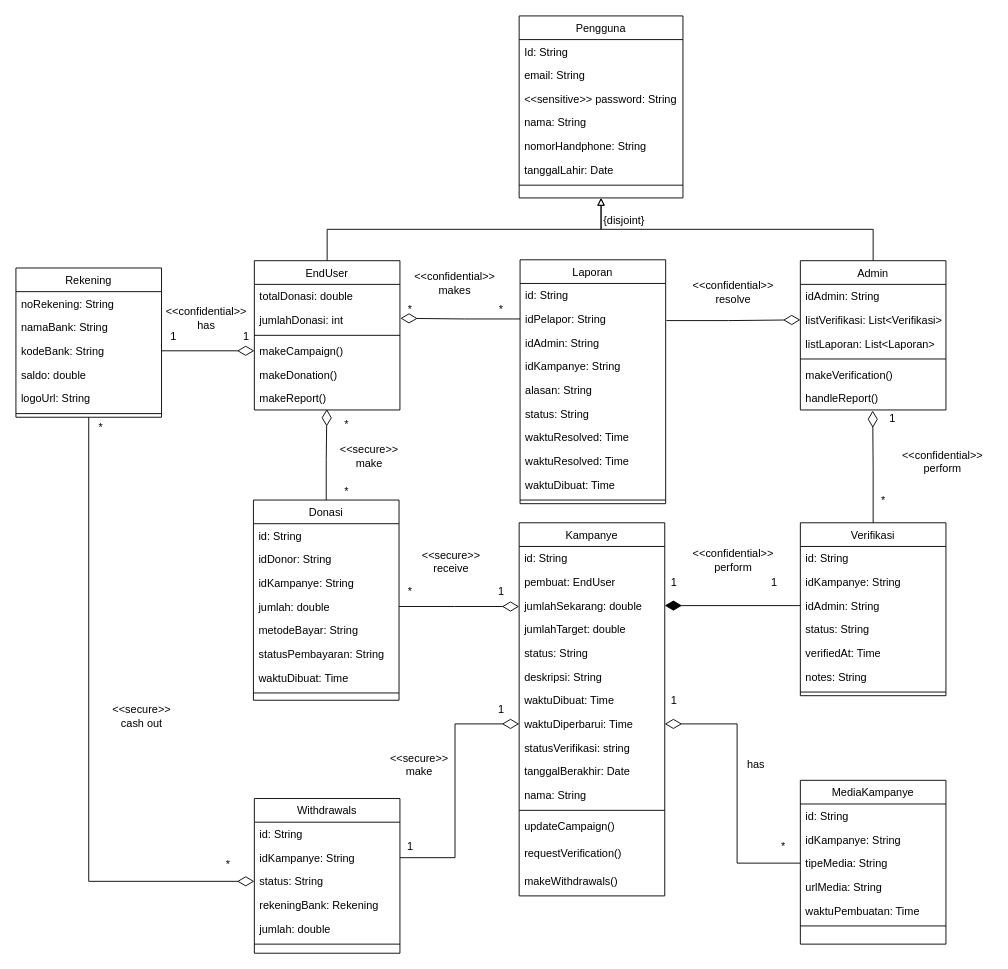
The draw.io diagram class-diagram-tk-pkpl.drawio in MHibriziF/SIPA, before the edit. Source tidied: cells renumbered, new cells numbered last; positions are measured from the earlier drawing's top-left corner, leaving out a move shared by most shapes. Both pictures are drawn from the tidied source at 91%, with x=0, y=0 at pixel (15, 15).
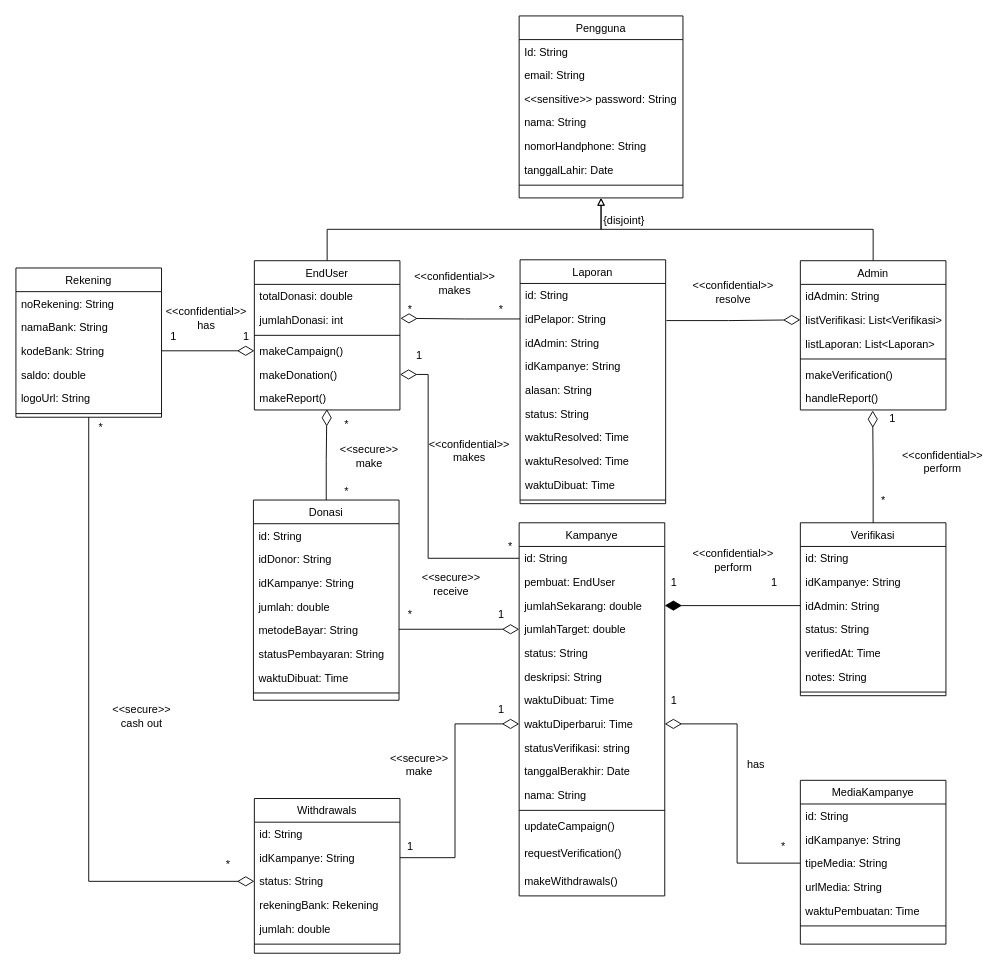
The same page after the edit.

Unchanged cells that the change refers to:
```xml
<mxCell id="14" value="jumlah: double" style="text;align=left;verticalAlign=top;spacingLeft=4;spacingRight=4;overflow=hidden;points=[[0,0.5],[1,0.5]];portConstraint=eastwest;" parent="10" vertex="1">
  <mxGeometry y="104" width="160" height="26" as="geometry" />
</mxCell>
<mxCell id="27" value="id: String" style="text;align=left;verticalAlign=top;spacingLeft=4;spacingRight=4;overflow=hidden;points=[[0,0.5],[1,0.5]];portConstraint=eastwest;" parent="26" vertex="1">
  <mxGeometry y="26" width="160" height="26" as="geometry" />
</mxCell>
<mxCell id="66" value="makeDonation()" style="text;align=left;verticalAlign=top;spacingLeft=4;spacingRight=4;overflow=hidden;points=[[0,0.5],[1,0.5]];portConstraint=eastwest;" parent="61" vertex="1">
  <mxGeometry y="112" width="160" height="26" as="geometry" />
</mxCell>
```

The edit, as a diff of the source:
```diff
@@
-    <mxCell id="95" style="edgeStyle=orthogonalEdgeStyle;rounded=0;jettySize=auto;html=1;exitX=1;exitY=0.5;exitDx=0;exitDy=0;endArrow=diamondThin;endFill=0;endSize=16;" parent="1" edge="1" source="14">
+    <mxCell id="95" style="edgeStyle=orthogonalEdgeStyle;rounded=0;orthogonalLoop=1;jettySize=auto;html=1;exitX=1;exitY=0.5;exitDx=0;exitDy=0;endArrow=diamondThin;endFill=0;endSize=16;" parent="1" edge="1">
       <mxGeometry relative="1" as="geometry">
-        <mxPoint x="553" y="649" as="targetPoint" />
+        <mxPoint x="421" y="674" as="sourcePoint" />
+        <mxPoint x="553" y="674" as="targetPoint" />
       </mxGeometry>
     </mxCell>
@@
     <mxCell id="105" value="&amp;lt;&amp;lt;secure&amp;gt;&amp;gt;&lt;div&gt;receive&lt;/div&gt;" style="text;html=1;align=center;verticalAlign=middle;strokeColor=none;fillColor=none;" parent="1" vertex="1">
-      <mxGeometry x="433" y="580" width="90" height="40" as="geometry" />
+      <mxGeometry x="433" y="605" width="90" height="40" as="geometry" />
     </mxCell>
     <mxCell id="106" value="*" style="text;html=1;align=center;verticalAlign=middle;strokeColor=none;fillColor=none;" parent="1" vertex="1">
-      <mxGeometry x="418" y="618" width="30" height="30" as="geometry" />
+      <mxGeometry x="418" y="643" width="30" height="30" as="geometry" />
     </mxCell>
     <mxCell id="107" value="1" style="text;html=1;align=center;verticalAlign=middle;strokeColor=none;fillColor=none;" parent="1" vertex="1">
-      <mxGeometry x="518" y="618" width="30" height="30" as="geometry" />
+      <mxGeometry x="518" y="643" width="30" height="30" as="geometry" />
     </mxCell>
@@
+    <mxCell id="130" style="edgeStyle=orthogonalEdgeStyle;rounded=0;jettySize=auto;html=1;exitX=0;exitY=0.5;exitDx=0;exitDy=0;entryX=1;entryY=0.5;entryDx=0;entryDy=0;endArrow=diamondThin;endFill=0;endSize=16;" parent="1" edge="1" source="27" target="66">
+      <mxGeometry relative="1" as="geometry">
+        <Array as="points">
+          <mxPoint x="453" y="596" />
+          <mxPoint x="453" y="394" />
+        </Array>
+      </mxGeometry>
+    </mxCell>
+    <mxCell id="131" value="&amp;lt;&amp;lt;confidential&amp;gt;&amp;gt;&lt;div&gt;makes&lt;/div&gt;" style="text;html=1;align=center;verticalAlign=middle;strokeColor=none;fillColor=none;" parent="1" vertex="1">
+      <mxGeometry x="443" y="458" width="110" height="40" as="geometry" />
+    </mxCell>
+    <mxCell id="132" value="1" style="text;html=1;align=center;verticalAlign=middle;strokeColor=none;fillColor=none;" parent="1" vertex="1">
+      <mxGeometry x="428" y="358" width="30" height="30" as="geometry" />
+    </mxCell>
+    <mxCell id="133" value="*" style="text;html=1;align=center;verticalAlign=middle;strokeColor=none;fillColor=none;" parent="1" vertex="1">
+      <mxGeometry x="528" y="568" width="30" height="30" as="geometry" />
+    </mxCell>
```
